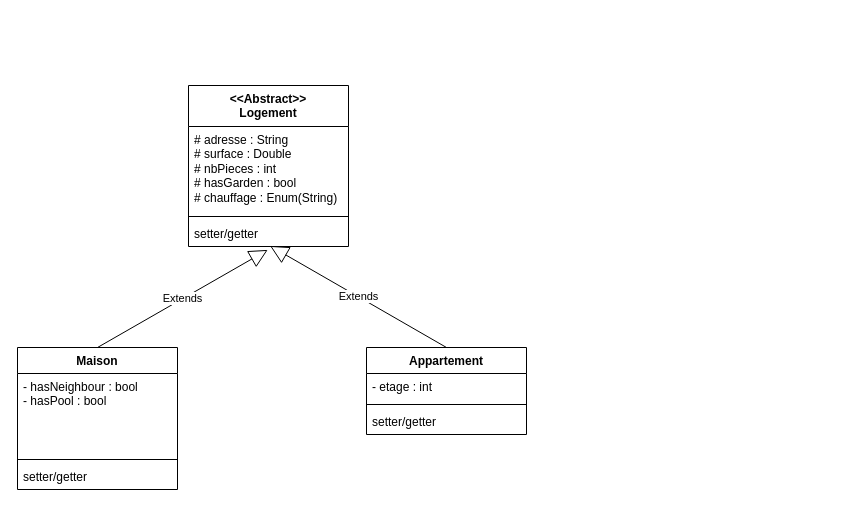
Earlier version of the draw.io diagram page "Page-1" (1 of 2) of UML/Java_Projet.drawio (QuentinSanterne/Projet_Java_M2I). Source tidied: cells renumbered, new cells numbered last; positions are measured from the earlier drawing's top-left corner, leaving out a move shared by most shapes. Both pictures are drawn from the tidied source at 100%, with x=0, y=0 at pixel (17, 85).
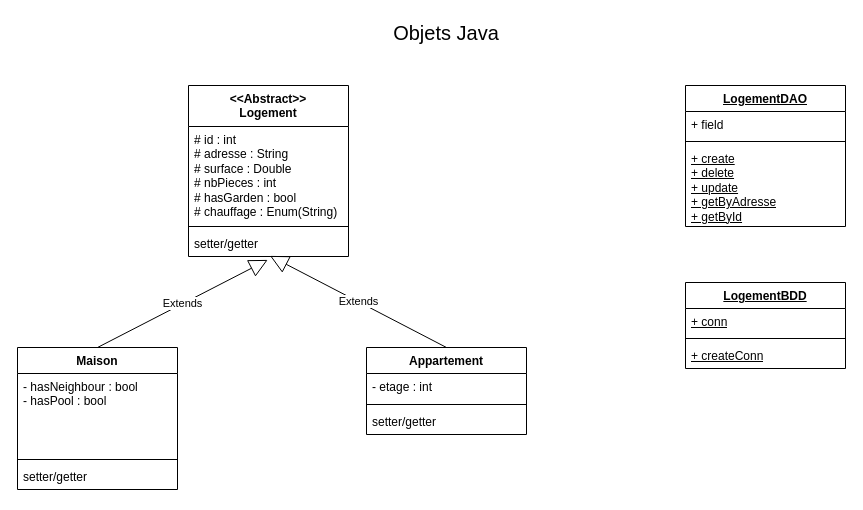
The same page after the edit.

Commit message:
Ajout Diagramme BDD

Change to the diagram source:
```diff
@@
     <mxCell id="2" value="&amp;lt;&amp;lt;Abstract&amp;gt;&amp;gt;&lt;br&gt;Logement" style="swimlane;fontStyle=1;align=center;verticalAlign=top;horizontal=1;startSize=41;whiteSpace=wrap;html=1;" parent="1" vertex="1">
-      <mxGeometry x="171" width="160" height="161" as="geometry" />
+      <mxGeometry x="171" width="160" height="171" as="geometry" />
     </mxCell>
-    <mxCell id="3" value="# adresse : String&lt;div&gt;# surface : Double&lt;/div&gt;&lt;div&gt;# nbPieces : int&lt;/div&gt;&lt;div&gt;# hasGarden : bool&lt;/div&gt;&lt;div&gt;# chauffage : Enum(String)&lt;/div&gt;" style="text;strokeColor=none;fillColor=none;align=left;verticalAlign=top;spacingLeft=4;spacingRight=4;overflow=hidden;whiteSpace=wrap;html=1;" parent="2" vertex="1">
-      <mxGeometry y="41" width="160" height="86" as="geometry" />
+    <mxCell id="3" value="# id : int&lt;br&gt;# adresse : String&lt;div&gt;# surface : Double&lt;/div&gt;&lt;div&gt;# nbPieces : int&lt;/div&gt;&lt;div&gt;# hasGarden : bool&lt;/div&gt;&lt;div&gt;# chauffage : Enum(String)&lt;/div&gt;" style="text;strokeColor=none;fillColor=none;align=left;verticalAlign=top;spacingLeft=4;spacingRight=4;overflow=hidden;whiteSpace=wrap;html=1;" parent="2" vertex="1">
+      <mxGeometry y="41" width="160" height="96" as="geometry" />
     </mxCell>
     <mxCell id="4" style="line;strokeWidth=1;fillColor=none;align=left;verticalAlign=middle;spacingTop=-1;spacingLeft=3;spacingRight=3;labelPosition=right;strokeColor=inherit;" parent="2" vertex="1">
-      <mxGeometry y="127" width="160" height="8" as="geometry" />
+      <mxGeometry y="137" width="160" height="8" as="geometry" />
     </mxCell>
     <mxCell id="5" value="setter/getter" style="text;strokeColor=none;fillColor=none;align=left;verticalAlign=top;spacingLeft=4;spacingRight=4;overflow=hidden;points=[[0,0.5],[1,0.5]];portConstraint=eastwest;whiteSpace=wrap;html=1;" parent="2" vertex="1">
-      <mxGeometry y="135" width="160" height="26" as="geometry" />
+      <mxGeometry y="145" width="160" height="26" as="geometry" />
     </mxCell>
@@
+    <mxCell id="16" value="&lt;u&gt;LogementDAO&lt;/u&gt;" style="swimlane;fontStyle=1;align=center;verticalAlign=top;horizontal=1;startSize=26;whiteSpace=wrap;html=1;" parent="1" vertex="1">
+      <mxGeometry x="668" width="160" height="141" as="geometry" />
+    </mxCell>
+    <mxCell id="17" value="+ field" style="text;strokeColor=none;fillColor=none;align=left;verticalAlign=top;spacingLeft=4;spacingRight=4;overflow=hidden;whiteSpace=wrap;html=1;" parent="16" vertex="1">
+      <mxGeometry y="26" width="160" height="26" as="geometry" />
+    </mxCell>
+    <mxCell id="18" style="line;strokeWidth=1;fillColor=none;align=left;verticalAlign=middle;spacingTop=-1;spacingLeft=3;spacingRight=3;labelPosition=right;strokeColor=inherit;" parent="16" vertex="1">
+      <mxGeometry y="52" width="160" height="8" as="geometry" />
+    </mxCell>
+    <mxCell id="19" value="&lt;u&gt;+ create&lt;/u&gt;&lt;div&gt;&lt;u&gt;+ delete&lt;/u&gt;&lt;/div&gt;&lt;div&gt;&lt;u&gt;+ update&lt;/u&gt;&lt;/div&gt;&lt;div&gt;&lt;u&gt;+ getByAdresse&lt;/u&gt;&lt;/div&gt;&lt;div&gt;&lt;u&gt;+ getById&lt;/u&gt;&lt;/div&gt;" style="text;strokeColor=none;fillColor=none;align=left;verticalAlign=top;spacingLeft=4;spacingRight=4;overflow=hidden;whiteSpace=wrap;html=1;" parent="16" vertex="1">
+      <mxGeometry y="60" width="160" height="81" as="geometry" />
+    </mxCell>
+    <mxCell id="20" value="&lt;u&gt;LogementBDD&lt;/u&gt;" style="swimlane;fontStyle=1;align=center;verticalAlign=top;horizontal=1;startSize=26;whiteSpace=wrap;html=1;" parent="1" vertex="1">
+      <mxGeometry x="668" y="197" width="160" height="86" as="geometry" />
+    </mxCell>
+    <mxCell id="21" value="&lt;u&gt;+ conn&lt;/u&gt;" style="text;strokeColor=none;fillColor=none;align=left;verticalAlign=top;spacingLeft=4;spacingRight=4;overflow=hidden;whiteSpace=wrap;html=1;" parent="20" vertex="1">
+      <mxGeometry y="26" width="160" height="26" as="geometry" />
+    </mxCell>
+    <mxCell id="22" style="line;strokeWidth=1;fillColor=none;align=left;verticalAlign=middle;spacingTop=-1;spacingLeft=3;spacingRight=3;labelPosition=right;strokeColor=inherit;" parent="20" vertex="1">
+      <mxGeometry y="52" width="160" height="8" as="geometry" />
+    </mxCell>
+    <mxCell id="23" value="&lt;u&gt;+ createConn&lt;/u&gt;" style="text;strokeColor=none;fillColor=none;align=left;verticalAlign=top;spacingLeft=4;spacingRight=4;overflow=hidden;whiteSpace=wrap;html=1;" parent="20" vertex="1">
+      <mxGeometry y="60" width="160" height="26" as="geometry" />
+    </mxCell>
+    <mxCell id="24" value="&lt;font style=&quot;font-size: 20px;&quot;&gt;Objets Java&lt;/font&gt;" style="text;html=1;align=center;verticalAlign=middle;whiteSpace=wrap;rounded=0;" parent="1" vertex="1">
+      <mxGeometry x="356" y="-68" width="146" height="30" as="geometry" />
+    </mxCell>
```
